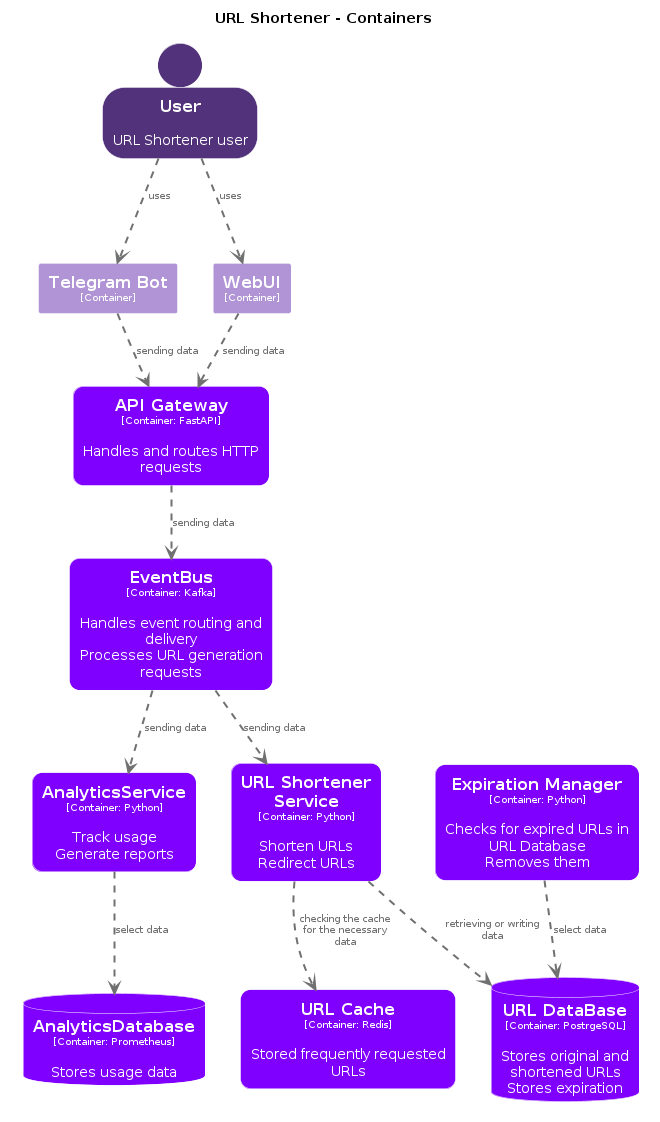
Before: architecture/diagrams/structurizr-Container-001.png, a diagram exported from PlantUML (neojelll/url-shortener).
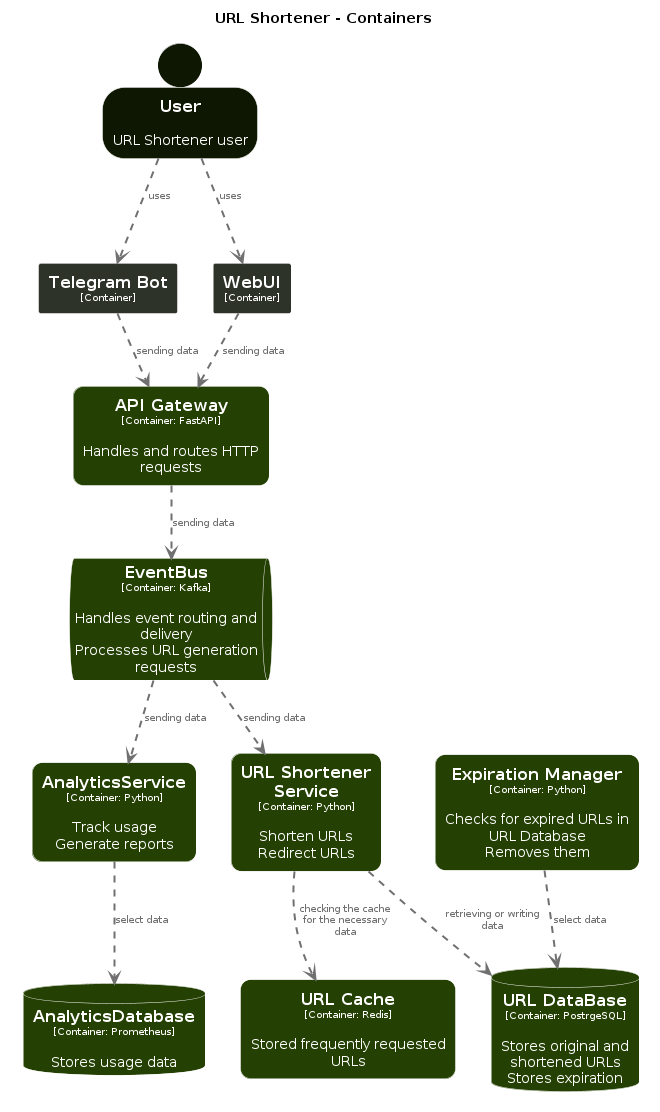
Above is the later version.

Commit message:
chores(C4 diagrams): Update Structurizr diagrams

Change to the diagram source:
```diff
@@ -14,73 +14,72 @@
 hide stereotype
 
 skinparam rectangle<<URLShortener.APIGateway>> {
-  BackgroundColor #8000ff
+  BackgroundColor #244003
   FontColor #ffffff
   BorderColor #ffffff
   roundCorner 20
   shadowing false
 }
 skinparam database<<URLShortener.AnalyticsDatabase>> {
-  BackgroundColor #8000ff
+  BackgroundColor #244003
   FontColor #ffffff
   BorderColor #ffffff
   shadowing false
 }
 skinparam rectangle<<URLShortener.AnalyticsService>> {
-  BackgroundColor #8000ff
+  BackgroundColor #244003
   FontColor #ffffff
   BorderColor #ffffff
   roundCorner 20
   shadowing false
 }
-skinparam rectangle<<URLShortener.EventBus>> {
-  BackgroundColor #8000ff
+skinparam queue<<URLShortener.EventBus>> {
+  BackgroundColor #244003
   FontColor #ffffff
   BorderColor #ffffff
-  roundCorner 20
   shadowing false
 }
 skinparam rectangle<<URLShortener.ExpirationManager>> {
-  BackgroundColor #8000ff
+  BackgroundColor #244003
   FontColor #ffffff
   BorderColor #ffffff
   roundCorner 20
   shadowing false
 }
 skinparam rectangle<<URLShortener.TelegramBot>> {
-  BackgroundColor #b094d6
+  BackgroundColor #2e3329
   FontColor #ffffff
   BorderColor #ffffff
   shadowing false
 }
 skinparam rectangle<<URLShortener.URLCache>> {
-  BackgroundColor #8000ff
+  BackgroundColor #244003
   FontColor #ffffff
   BorderColor #ffffff
   roundCorner 20
   shadowing false
 }
 skinparam database<<URLShortener.URLDataBase>> {
-  BackgroundColor #8000ff
+  BackgroundColor #244003
   FontColor #ffffff
   BorderColor #ffffff
   shadowing false
 }
 skinparam rectangle<<URLShortener.URLShortenerService>> {
-  BackgroundColor #8000ff
+  BackgroundColor #244003
   FontColor #ffffff
   BorderColor #ffffff
   roundCorner 20
   shadowing false
 }
 skinparam person<<User>> {
-  BackgroundColor #52327a
+  BackgroundColor #0d1701
   FontColor #ffffff
   BorderColor #ffffff
   shadowing false
 }
 skinparam rectangle<<URLShortener.WebUI>> {
-  BackgroundColor #b094d6
+  BackgroundColor #2e3329
   FontColor #ffffff
   BorderColor #ffffff
   shadowing false
@@ -98,7 +97,7 @@
   rectangle "==Telegram Bot\n<size:10>[Container]</size>" <<URLShortener.TelegramBot>> as URLShortener.TelegramBot
   rectangle "==WebUI\n<size:10>[Container]</size>" <<URLShortener.WebUI>> as URLShortener.WebUI
   rectangle "==API Gateway\n<size:10>[Container: FastAPI]</size>\n\nHandles and routes HTTP requests" <<URLShortener.APIGateway>> as URLShortener.APIGateway
-  rectangle "==EventBus\n<size:10>[Container: Kafka]</size>\n\nHandles event routing and delivery\nProcesses URL generation requests" <<URLShortener.EventBus>> as URLShortener.EventBus
+  queue "==EventBus\n<size:10>[Container: Kafka]</size>\n\nHandles event routing and delivery\nProcesses URL generation requests" <<URLShortener.EventBus>> as URLShortener.EventBus
   rectangle "==AnalyticsService\n<size:10>[Container: Python]</size>\n\nTrack usage\nGenerate reports" <<URLShortener.AnalyticsService>> as URLShortener.AnalyticsService
   database "==AnalyticsDatabase\n<size:10>[Container: Prometheus]</size>\n\nStores usage data" <<URLShortener.AnalyticsDatabase>> as URLShortener.AnalyticsDatabase
   rectangle "==URL Shortener Service\n<size:10>[Container: Python]</size>\n\nShorten URLs\nRedirect URLs" <<URLShortener.URLShortenerService>> as URLShortener.URLShortenerService
```
